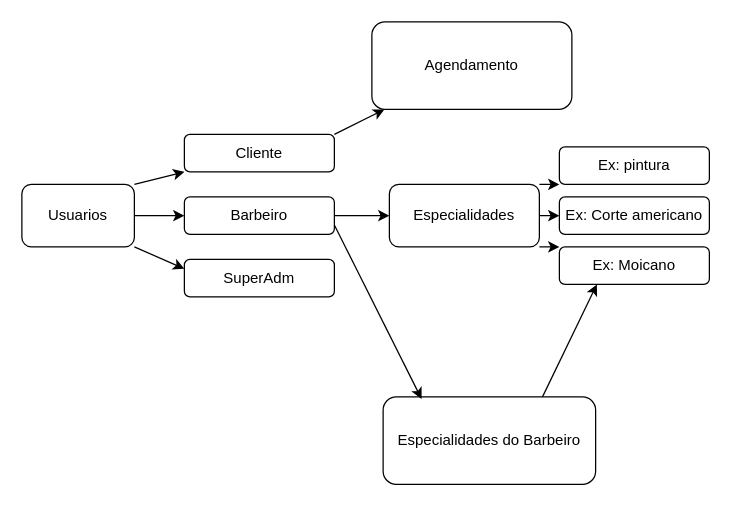
Earlier version of the draw.io diagram backend/relationchips.drawio (joaopedev/teste-clickativo). Source tidied: cells renumbered, new cells numbered last; positions are measured from the earlier drawing's top-left corner, leaving out a move shared by most shapes. Both pictures are drawn from the tidied source at 125%, with x=0, y=0 at pixel (21, 21).
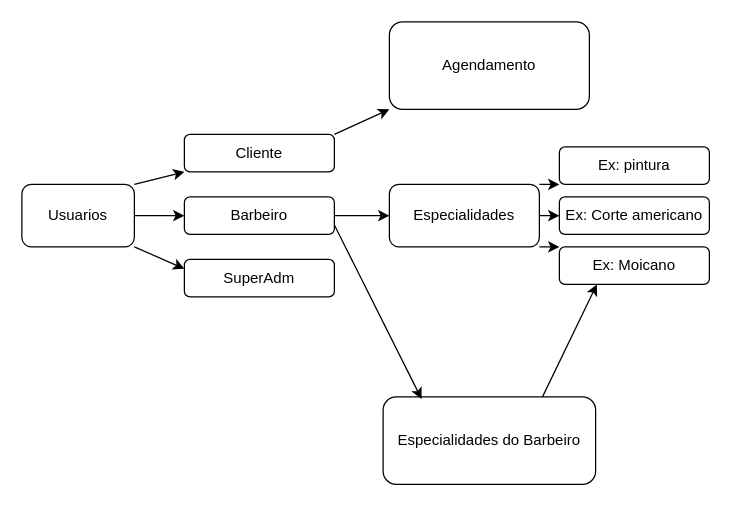
After the change.

The change refers to these unchanged cells:
```xml
<mxCell id="16" value="Cliente" style="rounded=1;whiteSpace=wrap;html=1;" parent="1" vertex="1">
  <mxGeometry x="130" y="90" width="120" height="30" as="geometry" />
</mxCell>
```

Diff of the diagram source:
```diff
@@
     <mxCell id="6" value="Agendamento" style="rounded=1;whiteSpace=wrap;html=1;" parent="1" vertex="1">
-      <mxGeometry x="280" width="160" height="70" as="geometry" />
+      <mxGeometry x="294" width="160" height="70" as="geometry" />
     </mxCell>
@@
-    <mxCell id="15" style="edgeStyle=none;html=1;exitX=1;exitY=0;exitDx=0;exitDy=0;" parent="1" edge="1" source="16">
-      <mxGeometry relative="1" as="geometry">
-        <mxPoint x="290" y="70" as="targetPoint" />
-      </mxGeometry>
+    <mxCell id="15" style="edgeStyle=none;html=1;exitX=1;exitY=0;exitDx=0;exitDy=0;entryX=0;entryY=1;entryDx=0;entryDy=0;" parent="1" edge="1" source="16" target="6">
+      <mxGeometry relative="1" as="geometry" />
     </mxCell>
```
